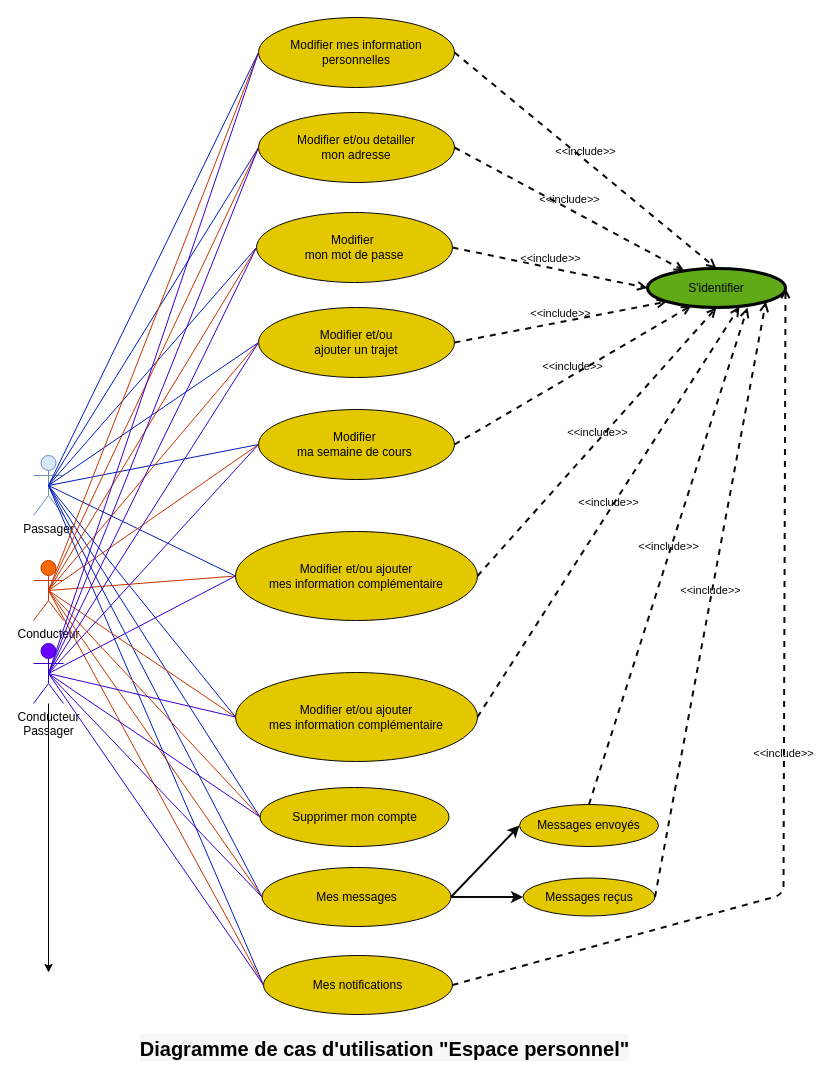
Before: diagCasUtilEspPerso.drawio in NikolozMamyan/mafia-Co, a draw.io diagram. Source tidied: cells renumbered, new cells numbered last; positions are measured from the earlier drawing's top-left corner, leaving out a move shared by most shapes. Both pictures are drawn from the tidied source at 100%, with x=0, y=0 at pixel (33, 17).
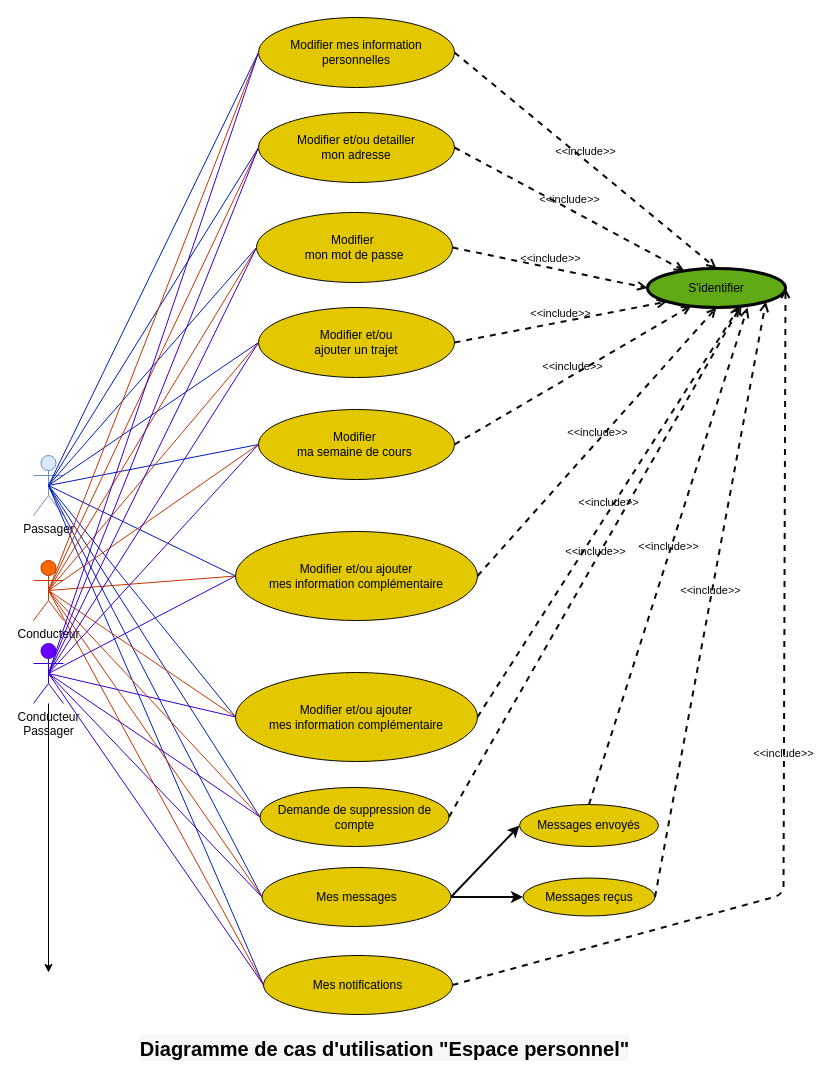
The same diagram, later.

Commit message (it also covers changes not shown here):
diagram flux

The edit, as a diff of the source:
```diff
@@
-    <mxCell id="11" value="Supprimer mon compte" style="ellipse;whiteSpace=wrap;html=1;fillColor=#e3c800;strokeColor=#090906;fontColor=#000000;" parent="1" vertex="1">
+    <mxCell id="11" value="Demande de suppression de compte" style="ellipse;whiteSpace=wrap;html=1;fillColor=#e3c800;strokeColor=#090906;fontColor=#000000;" parent="1" vertex="1">
       <mxGeometry x="226.5" y="770" width="189" height="59" as="geometry" />
     </mxCell>
@@
+    <mxCell id="62" value="&amp;lt;&amp;lt;include&amp;gt;&amp;gt;" style="html=1;verticalAlign=bottom;labelBackgroundColor=none;endArrow=open;endFill=0;dashed=1;strokeColor=#0b0a0a;strokeWidth=2;fontColor=#060404;exitX=1;exitY=0.5;exitDx=0;exitDy=0;" parent="1" edge="1" source="11">
+      <mxGeometry relative="1" as="geometry">
+        <mxPoint x="708" y="287" as="targetPoint" />
+      </mxGeometry>
+    </mxCell>
```
